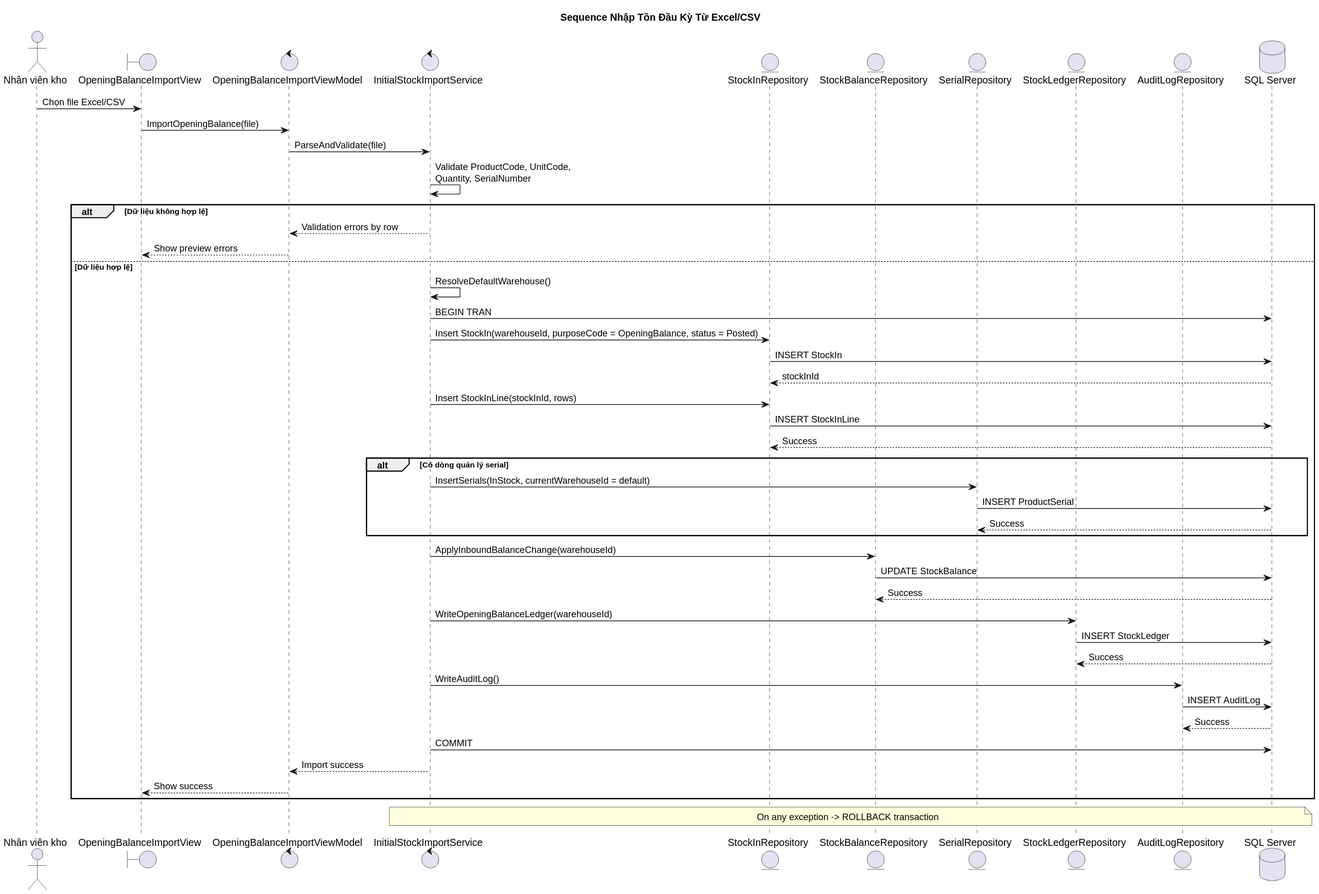
Earlier version of the PlantUML export Diagram/plantuml-svg/Sequence_ImportTonDauKy_ExcelCsv.svg (TheGiver262/WarePro). The source it was exported from:
```plantuml
@startuml
title Sequence Nhập Tồn Đầu Kỳ Từ Excel/CSV
actor "Nhân viên kho" as Storekeeper
boundary "OpeningBalanceImportView" as UI
control "OpeningBalanceImportViewModel" as VM
control "InitialStockImportService" as Import
entity "StockInRepository" as StockRepo
entity "StockBalanceRepository" as BalanceRepo
entity "SerialRepository" as SerialRepo
entity "StockLedgerRepository" as LedgerRepo
entity "AuditLogRepository" as AuditRepo
database "SQL Server" as DB

Storekeeper -> UI : Chọn file Excel/CSV
UI -> VM : ImportOpeningBalance(file)
VM -> Import : ParseAndValidate(file)
Import -> Import : Validate ProductCode, UnitCode,\nQuantity, SerialNumber

alt Dữ liệu không hợp lệ
  Import --> VM : Validation errors by row
  VM --> UI : Show preview errors
else Dữ liệu hợp lệ
  Import -> Import : ResolveDefaultWarehouse()
  Import -> DB : BEGIN TRAN
  Import -> StockRepo : Insert StockIn(warehouseId, purposeCode = OpeningBalance, status = Posted)
  StockRepo -> DB : INSERT StockIn
  DB --> StockRepo : stockInId
  Import -> StockRepo : Insert StockInLine(stockInId, rows)
  StockRepo -> DB : INSERT StockInLine
  DB --> StockRepo : Success
  alt Có dòng quản lý serial
    Import -> SerialRepo : InsertSerials(InStock, currentWarehouseId = default)
    SerialRepo -> DB : INSERT ProductSerial
    DB --> SerialRepo : Success
  end
  Import -> BalanceRepo : ApplyInboundBalanceChange(warehouseId)
  BalanceRepo -> DB : UPDATE StockBalance
  DB --> BalanceRepo : Success
  Import -> LedgerRepo : WriteOpeningBalanceLedger(warehouseId)
  LedgerRepo -> DB : INSERT StockLedger
  DB --> LedgerRepo : Success
  Import -> AuditRepo : WriteAuditLog()
  AuditRepo -> DB : INSERT AuditLog
  DB --> AuditRepo : Success
  Import -> DB : COMMIT
  Import --> VM : Import success
  VM --> UI : Show success
end
note over Import,DB
  On any exception -> ROLLBACK transaction
end note
@enduml
```
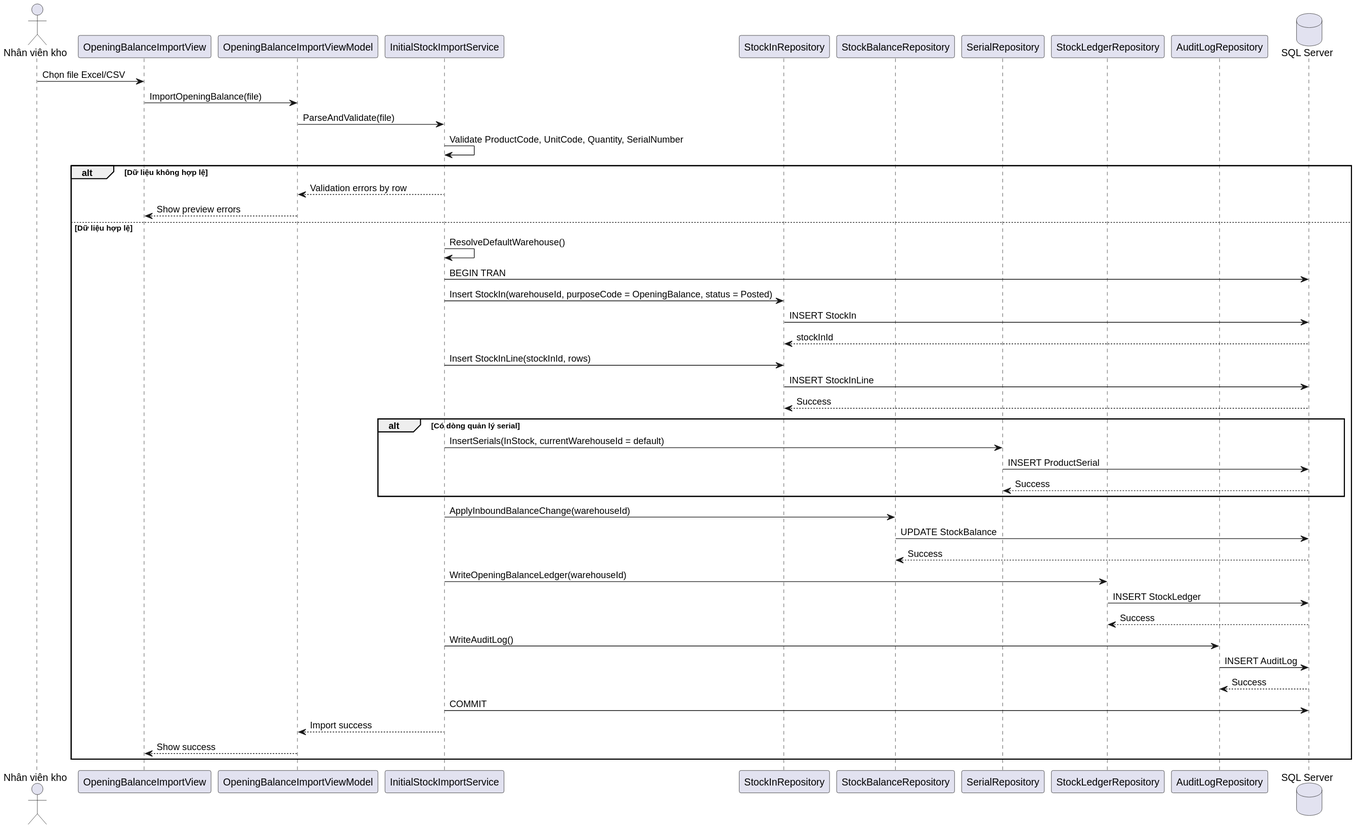
The same diagram one commit later.

Change to the diagram source:
```diff
@@ -1,52 +1,47 @@
 @startuml
-title Sequence Nhập Tồn Đầu Kỳ Từ Excel/CSV
-actor "Nhân viên kho" as Storekeeper
-boundary "OpeningBalanceImportView" as UI
-control "OpeningBalanceImportViewModel" as VM
-control "InitialStockImportService" as Import
-entity "StockInRepository" as StockRepo
-entity "StockBalanceRepository" as BalanceRepo
-entity "SerialRepository" as SerialRepo
-entity "StockLedgerRepository" as LedgerRepo
-entity "AuditLogRepository" as AuditRepo
-database "SQL Server" as DB
+actor Storekeeper as "Nhân viên kho"
+participant UI as "OpeningBalanceImportView"
+participant VM as "OpeningBalanceImportViewModel"
+participant Import as "InitialStockImportService"
+participant StockRepo as "StockInRepository"
+participant BalanceRepo as "StockBalanceRepository"
+participant SerialRepo as "SerialRepository"
+participant LedgerRepo as "StockLedgerRepository"
+participant AuditRepo as "AuditLogRepository"
+database DB as "SQL Server"
 
 Storekeeper -> UI : Chọn file Excel/CSV
 UI -> VM : ImportOpeningBalance(file)
 VM -> Import : ParseAndValidate(file)
-Import -> Import : Validate ProductCode, UnitCode,\nQuantity, SerialNumber
-
+Import -> Import : Validate ProductCode, UnitCode, Quantity, SerialNumber
 alt Dữ liệu không hợp lệ
-  Import --> VM : Validation errors by row
-  VM --> UI : Show preview errors
+    Import --> VM : Validation errors by row
+    VM --> UI : Show preview errors
 else Dữ liệu hợp lệ
-  Import -> Import : ResolveDefaultWarehouse()
-  Import -> DB : BEGIN TRAN
-  Import -> StockRepo : Insert StockIn(warehouseId, purposeCode = OpeningBalance, status = Posted)
-  StockRepo -> DB : INSERT StockIn
-  DB --> StockRepo : stockInId
-  Import -> StockRepo : Insert StockInLine(stockInId, rows)
-  StockRepo -> DB : INSERT StockInLine
-  DB --> StockRepo : Success
-  alt Có dòng quản lý serial
-    Import -> SerialRepo : InsertSerials(InStock, currentWarehouseId = default)
-    SerialRepo -> DB : INSERT ProductSerial
-    DB --> SerialRepo : Success
-  end
-  Import -> BalanceRepo : ApplyInboundBalanceChange(warehouseId)
-  BalanceRepo -> DB : UPDATE StockBalance
-  DB --> BalanceRepo : Success
-  Import -> LedgerRepo : WriteOpeningBalanceLedger(warehouseId)
-  LedgerRepo -> DB : INSERT StockLedger
-  DB --> LedgerRepo : Success
-  Import -> AuditRepo : WriteAuditLog()
-  AuditRepo -> DB : INSERT AuditLog
-  DB --> AuditRepo : Success
-  Import -> DB : COMMIT
-  Import --> VM : Import success
-  VM --> UI : Show success
+    Import -> Import : ResolveDefaultWarehouse()
+    Import -> DB : BEGIN TRAN
+    Import -> StockRepo : Insert StockIn(warehouseId, purposeCode = OpeningBalance, status = Posted)
+    StockRepo -> DB : INSERT StockIn
+    DB --> StockRepo : stockInId
+    Import -> StockRepo : Insert StockInLine(stockInId, rows)
+    StockRepo -> DB : INSERT StockInLine
+    DB --> StockRepo : Success
+    alt Có dòng quản lý serial
+        Import -> SerialRepo : InsertSerials(InStock, currentWarehouseId = default)
+        SerialRepo -> DB : INSERT ProductSerial
+        DB --> SerialRepo : Success
+    end
+    Import -> BalanceRepo : ApplyInboundBalanceChange(warehouseId)
+    BalanceRepo -> DB : UPDATE StockBalance
+    DB --> BalanceRepo : Success
+    Import -> LedgerRepo : WriteOpeningBalanceLedger(warehouseId)
+    LedgerRepo -> DB : INSERT StockLedger
+    DB --> LedgerRepo : Success
+    Import -> AuditRepo : WriteAuditLog()
+    AuditRepo -> DB : INSERT AuditLog
+    DB --> AuditRepo : Success
+    Import -> DB : COMMIT
+    Import --> VM : Import success
+    VM --> UI : Show success
 end
-note over Import,DB
-  On any exception -> ROLLBACK transaction
-end note
 @enduml
```
